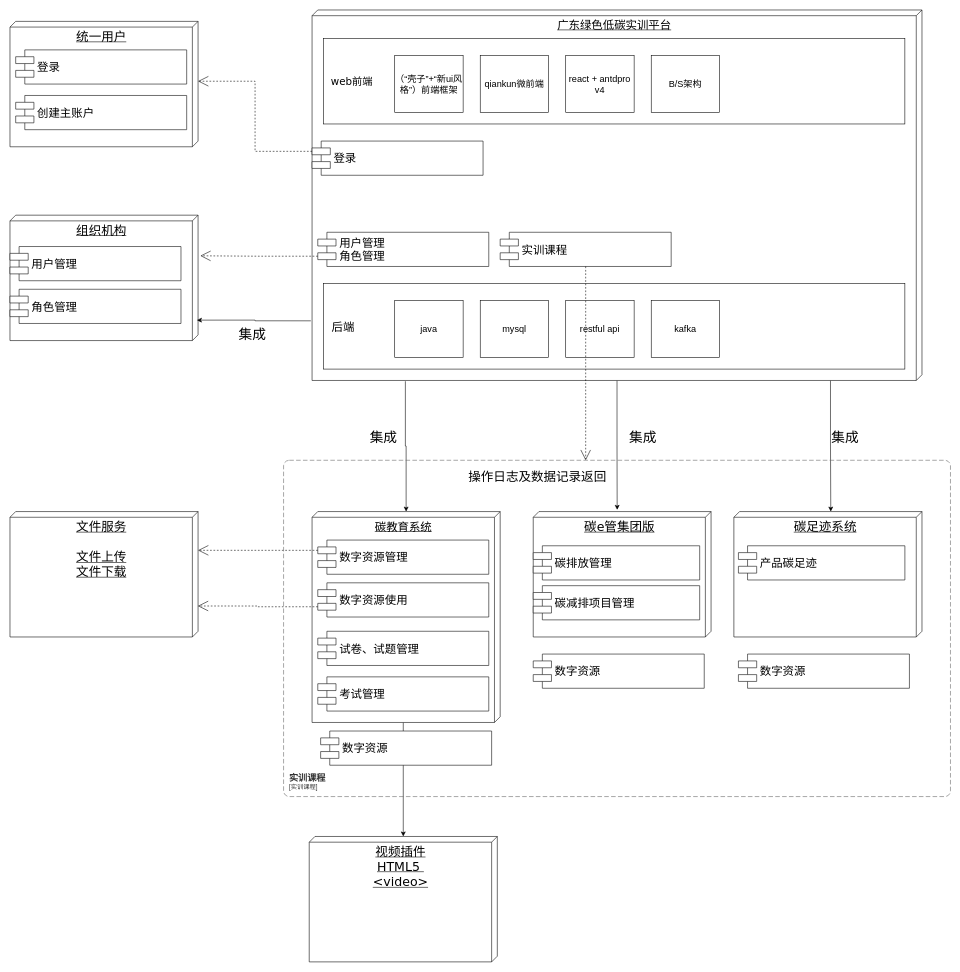
hellodqz/mind-map keeps this draw.io diagram as 广东绿色低碳实训平台技术架构图.drawio. Above is the earlier version. Source tidied: cells renumbered, new cells numbered last; positions are measured from the earlier drawing's top-left corner, leaving out a move shared by most shapes. Both pictures are drawn from the tidied source at 57%, with x=0, y=0 at pixel (10, 10).
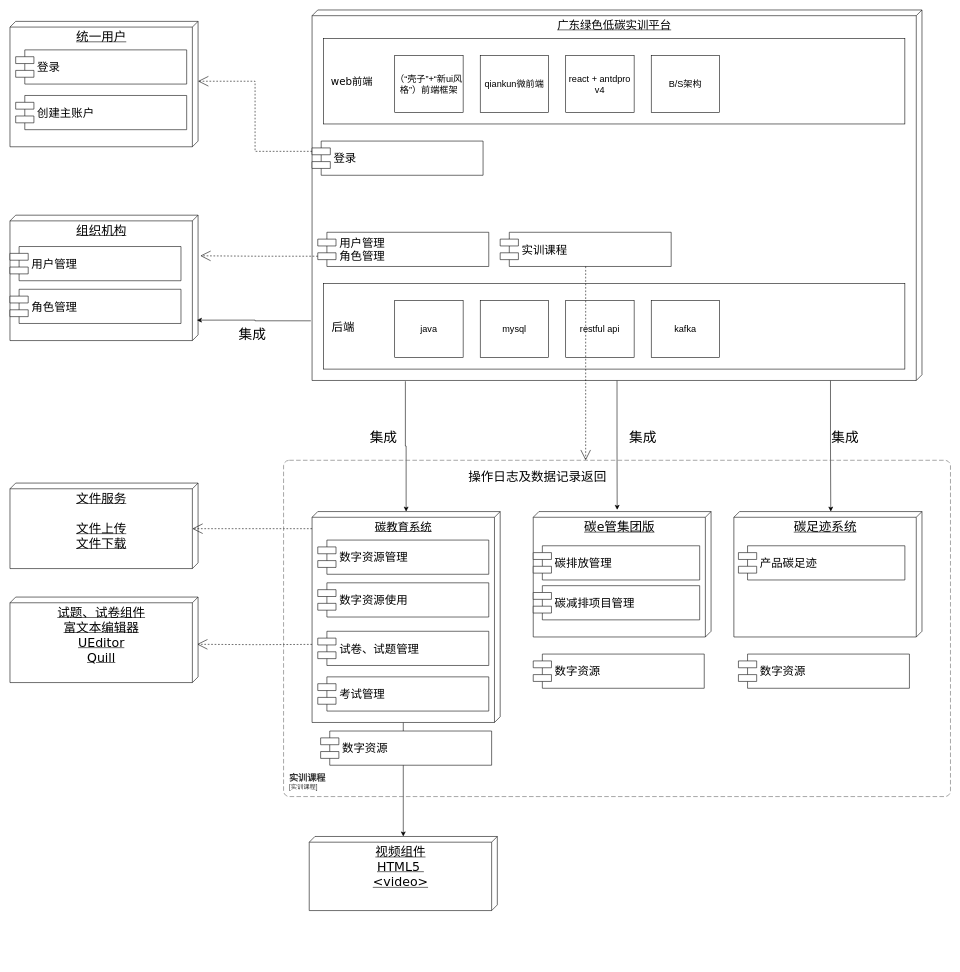
Above is the later version.

Commit message:
更新广东绿色低碳实训平台技术架构图.drawio

The change refers to these unchanged cells:
```xml
<mxCell id="6" value="&lt;font style=&quot;font-size: 20px;&quot;&gt;数字资源管理&lt;/font&gt;" style="shape=component;align=left;spacingLeft=36;rounded=0;shadow=0;comic=0;labelBackgroundColor=none;strokeWidth=1;fontFamily=Verdana;fontSize=12;html=1;" parent="1" vertex="1">
  <mxGeometry x="540" y="930" width="300" height="60" as="geometry" />
</mxCell>
<mxCell id="26" value="&lt;font style=&quot;font-size: 20px;&quot;&gt;数字资源使用&lt;/font&gt;" style="shape=component;align=left;spacingLeft=36;rounded=0;shadow=0;comic=0;labelBackgroundColor=none;strokeWidth=1;fontFamily=Verdana;fontSize=12;html=1;" parent="1" vertex="1">
  <mxGeometry x="540" y="1005" width="300" height="60" as="geometry" />
</mxCell>
```

What changed in the source:
```diff
@@
-    <mxCell id="8" style="edgeStyle=orthogonalEdgeStyle;rounded=0;html=1;labelBackgroundColor=none;startArrow=none;startFill=0;startSize=8;endArrow=open;endFill=0;endSize=16;fontFamily=Verdana;fontSize=12;dashed=1;exitX=0;exitY=0.3;exitDx=0;exitDy=0;entryX=0.309;entryY=0;entryDx=0;entryDy=0;entryPerimeter=0;" parent="1" edge="1" source="6" target="25">
-      <mxGeometry relative="1" as="geometry" />
+    <mxCell id="8" style="edgeStyle=orthogonalEdgeStyle;rounded=0;html=1;labelBackgroundColor=none;startArrow=none;startFill=0;startSize=8;endArrow=open;endFill=0;endSize=16;fontFamily=Verdana;fontSize=12;dashed=1;entryX=0.552;entryY=0.005;entryDx=0;entryDy=0;entryPerimeter=0;" parent="1" edge="1" target="54">
+      <mxGeometry relative="1" as="geometry">
+        <mxPoint x="530" y="1113" as="sourcePoint" />
+      </mxGeometry>
     </mxCell>
@@
     <mxCell id="25" value="&lt;font style=&quot;font-size: 22px;&quot;&gt;文件服务&lt;br&gt;&lt;br&gt;文件上传&lt;br&gt;文件下载&lt;br&gt;&lt;/font&gt;" style="verticalAlign=top;align=center;spacingTop=8;spacingLeft=2;spacingRight=12;shape=cube;size=10;direction=south;fontStyle=4;html=1;rounded=0;shadow=0;comic=0;labelBackgroundColor=none;strokeWidth=1;fontFamily=Verdana;fontSize=12;" parent="1" vertex="1">
-      <mxGeometry y="880" width="330" height="220" as="geometry" />
+      <mxGeometry y="830" width="330" height="150" as="geometry" />
     </mxCell>
@@
-    <mxCell id="27" style="edgeStyle=orthogonalEdgeStyle;rounded=0;html=1;labelBackgroundColor=none;startArrow=none;startFill=0;startSize=8;endArrow=open;endFill=0;endSize=16;fontFamily=Verdana;fontSize=12;dashed=1;exitX=0;exitY=0.7;exitDx=0;exitDy=0;entryX=0.753;entryY=0.001;entryDx=0;entryDy=0;entryPerimeter=0;" parent="1" edge="1" source="26" target="25">
-      <mxGeometry relative="1" as="geometry" />
+    <mxCell id="27" style="edgeStyle=orthogonalEdgeStyle;rounded=0;html=1;labelBackgroundColor=none;startArrow=none;startFill=0;startSize=8;endArrow=open;endFill=0;endSize=16;fontFamily=Verdana;fontSize=12;dashed=1;exitX=0;exitY=0;exitDx=10;exitDy=330;exitPerimeter=0;" parent="1" edge="1">
+      <mxGeometry relative="1" as="geometry">
+        <mxPoint x="530" y="910" as="sourcePoint" />
+        <mxPoint x="320" y="910" as="targetPoint" />
+      </mxGeometry>
     </mxCell>
@@
-    <mxCell id="53" value="&lt;font style=&quot;font-size: 22px;&quot;&gt;视频插件&lt;br&gt;HTML5&amp;nbsp;&lt;br&gt;&amp;lt;video&amp;gt;&lt;br&gt;&lt;/font&gt;" style="verticalAlign=top;align=center;spacingTop=8;spacingLeft=2;spacingRight=12;shape=cube;size=10;direction=south;fontStyle=4;html=1;rounded=0;shadow=0;comic=0;labelBackgroundColor=none;strokeWidth=1;fontFamily=Verdana;fontSize=12;" parent="1" vertex="1">
-      <mxGeometry x="525" y="1450" width="330" height="220" as="geometry" />
+    <mxCell id="53" value="&lt;font style=&quot;font-size: 22px;&quot;&gt;视频组件&lt;br&gt;HTML5&amp;nbsp;&lt;br&gt;&amp;lt;video&amp;gt;&lt;br&gt;&lt;/font&gt;" style="verticalAlign=top;align=center;spacingTop=8;spacingLeft=2;spacingRight=12;shape=cube;size=10;direction=south;fontStyle=4;html=1;rounded=0;shadow=0;comic=0;labelBackgroundColor=none;strokeWidth=1;fontFamily=Verdana;fontSize=12;" parent="1" vertex="1">
+      <mxGeometry x="525" y="1450" width="330" height="130" as="geometry" />
     </mxCell>
+    <mxCell id="54" value="&lt;font style=&quot;font-size: 22px;&quot;&gt;试题、试卷组件&lt;br&gt;富文本编辑器&lt;br&gt;UEditor&lt;br&gt;Quill&lt;br&gt;&lt;/font&gt;" style="verticalAlign=top;align=center;spacingTop=8;spacingLeft=2;spacingRight=12;shape=cube;size=10;direction=south;fontStyle=4;html=1;rounded=0;shadow=0;comic=0;labelBackgroundColor=none;strokeWidth=1;fontFamily=Verdana;fontSize=12;" parent="1" vertex="1">
+      <mxGeometry y="1030" width="330" height="150" as="geometry" />
+    </mxCell>
```
